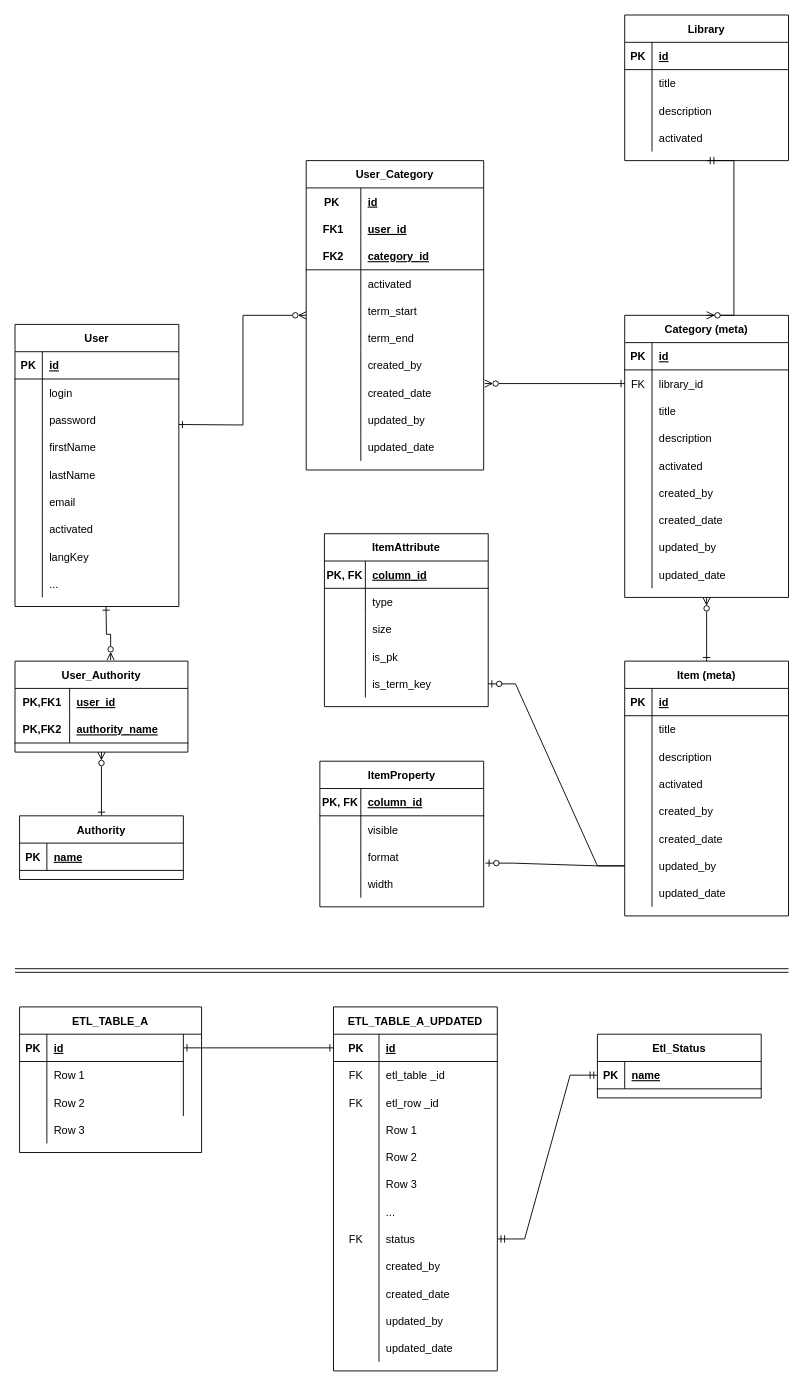
Above: document/erd.drawio in hsquare-analytics/cancer-library (draw.io), before the change. Source tidied: cells renumbered, new cells numbered last; positions are measured from the earlier drawing's top-left corner, leaving out a move shared by most shapes. Both pictures are drawn from the tidied source at 91%, with x=0, y=0 at pixel (15, 15).
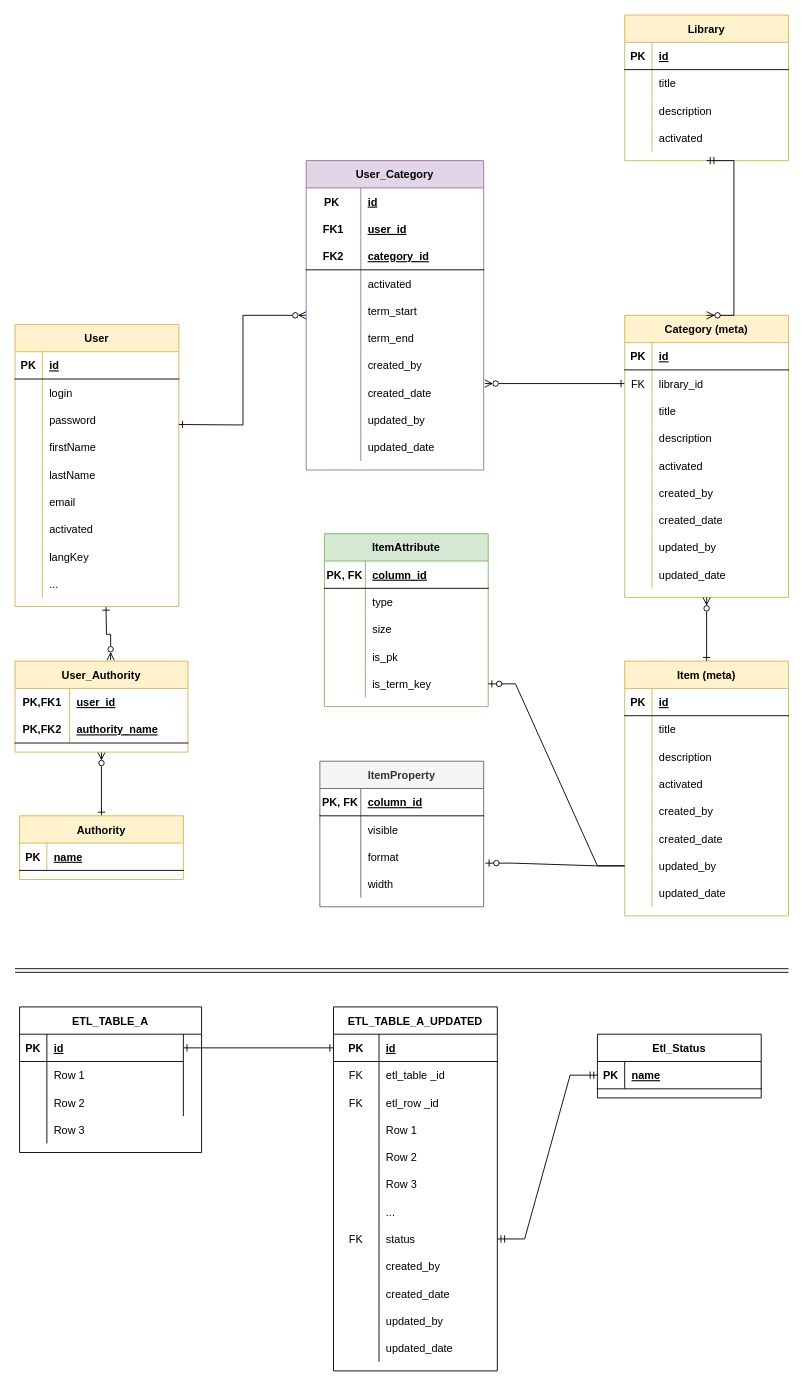
After the change.

The edit, as a diff of the source:
```diff
@@
-    <mxCell id="3" value="User" style="shape=table;startSize=30;childLayout=tableLayout;rowLines=0;fontStyle=1;align=center;" parent="1" vertex="1">
+    <mxCell id="3" value="User" style="shape=table;startSize=30;childLayout=tableLayout;rowLines=0;fontStyle=1;align=center;fillColor=#fff2cc;strokeColor=#d6b656;" parent="1" vertex="1">
       <mxGeometry y="340" width="180" height="310" as="geometry" />
     </mxCell>
@@
-    <mxCell id="32" value="Category (meta)" style="shape=table;startSize=30;childLayout=tableLayout;rowLines=0;fontStyle=1;align=center;" parent="1" vertex="1">
+    <mxCell id="32" value="Category (meta)" style="shape=table;startSize=30;childLayout=tableLayout;rowLines=0;fontStyle=1;align=center;fillColor=#fff2cc;strokeColor=#d6b656;" parent="1" vertex="1">
       <mxGeometry x="670" y="330" width="180" height="310" as="geometry" />
     </mxCell>
@@
-    <mxCell id="61" value="Authority" style="shape=table;startSize=30;childLayout=tableLayout;rowLines=0;fontStyle=1;align=center;" parent="1" vertex="1">
+    <mxCell id="61" value="Authority" style="shape=table;startSize=30;childLayout=tableLayout;rowLines=0;fontStyle=1;align=center;fillColor=#fff2cc;strokeColor=#d6b656;" parent="1" vertex="1">
       <mxGeometry x="5" y="880" width="180" height="70" as="geometry" />
     </mxCell>
@@
-    <mxCell id="66" value="Item (meta)" style="shape=table;startSize=30;childLayout=tableLayout;rowLines=0;fontStyle=1;align=center;" parent="1" vertex="1">
+    <mxCell id="66" value="Item (meta)" style="shape=table;startSize=30;childLayout=tableLayout;rowLines=0;fontStyle=1;align=center;fillColor=#fff2cc;strokeColor=#d6b656;" parent="1" vertex="1">
       <mxGeometry x="670" y="710" width="180" height="280" as="geometry" />
     </mxCell>
@@
-    <mxCell id="92" value="User_Category" style="shape=table;startSize=30;childLayout=tableLayout;rowLines=0;fontStyle=1;align=center;" parent="1" vertex="1">
+    <mxCell id="92" value="User_Category" style="shape=table;startSize=30;childLayout=tableLayout;rowLines=0;fontStyle=1;align=center;fillColor=#e1d5e7;strokeColor=#9673a6;" parent="1" vertex="1">
       <mxGeometry x="320" y="160" width="195" height="340" as="geometry" />
     </mxCell>
@@
-    <mxCell id="123" value="User_Authority" style="shape=table;startSize=30;childLayout=tableLayout;rowLines=0;fontStyle=1;align=center;" parent="1" vertex="1">
+    <mxCell id="123" value="User_Authority" style="shape=table;startSize=30;childLayout=tableLayout;rowLines=0;fontStyle=1;align=center;fillColor=#fff2cc;strokeColor=#d6b656;" parent="1" vertex="1">
       <mxGeometry y="710" width="190" height="100" as="geometry" />
     </mxCell>
@@
-    <mxCell id="187" value="ItemAttribute" style="shape=table;startSize=30;childLayout=tableLayout;rowLines=0;fontStyle=1;align=center;fillColor=none;" parent="1" vertex="1">
+    <mxCell id="187" value="ItemAttribute" style="shape=table;startSize=30;childLayout=tableLayout;rowLines=0;fontStyle=1;align=center;fillColor=#d5e8d4;strokeColor=#82b366;" parent="1" vertex="1">
       <mxGeometry x="340" y="570" width="180" height="190" as="geometry" />
     </mxCell>
@@
-    <mxCell id="204" value="ItemProperty" style="shape=table;startSize=30;childLayout=tableLayout;rowLines=0;fontStyle=1;align=center;fillColor=none;" parent="1" vertex="1">
+    <mxCell id="204" value="ItemProperty" style="shape=table;startSize=30;childLayout=tableLayout;rowLines=0;fontStyle=1;align=center;fillColor=#f5f5f5;strokeColor=#666666;fontColor=#333333;" parent="1" vertex="1">
       <mxGeometry x="335" y="820" width="180" height="160" as="geometry" />
     </mxCell>
@@
-    <mxCell id="219" value="Library" style="shape=table;startSize=30;childLayout=tableLayout;rowLines=0;fontStyle=1;align=center;" parent="1" vertex="1">
+    <mxCell id="219" value="Library" style="shape=table;startSize=30;childLayout=tableLayout;rowLines=0;fontStyle=1;align=center;fillColor=#fff2cc;strokeColor=#d6b656;" parent="1" vertex="1">
       <mxGeometry x="670" width="180" height="160" as="geometry" />
     </mxCell>
```
